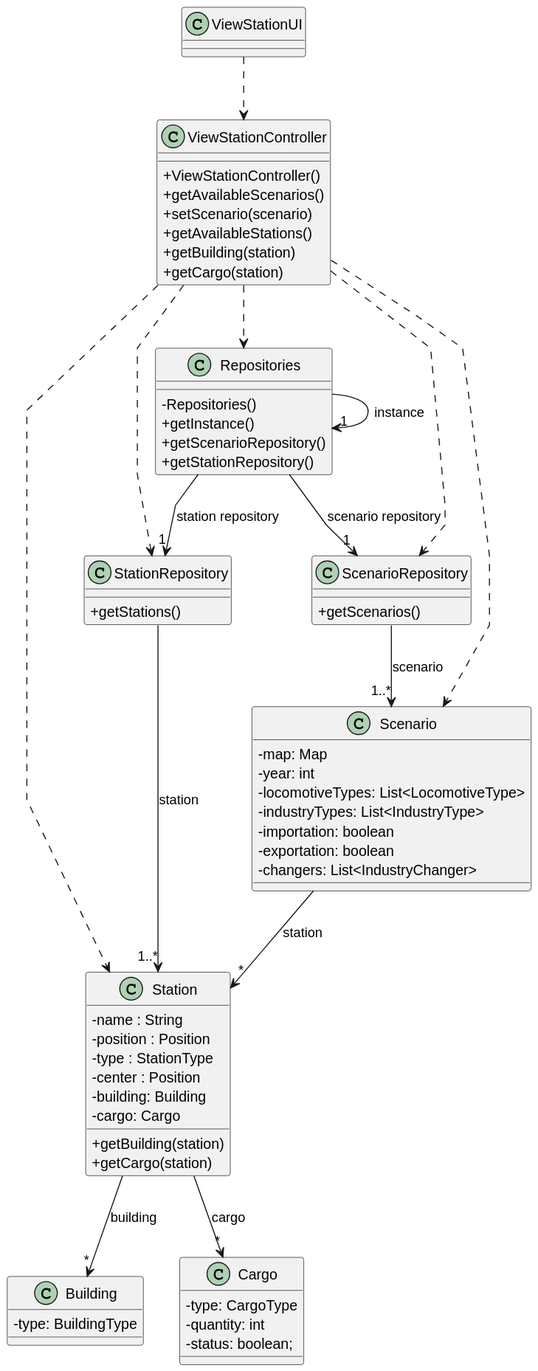
Before: docsFinais/US007/03.design/svg/US007-CD.svg, a diagram exported from PlantUML (1240935/pi2-railway-simulator).
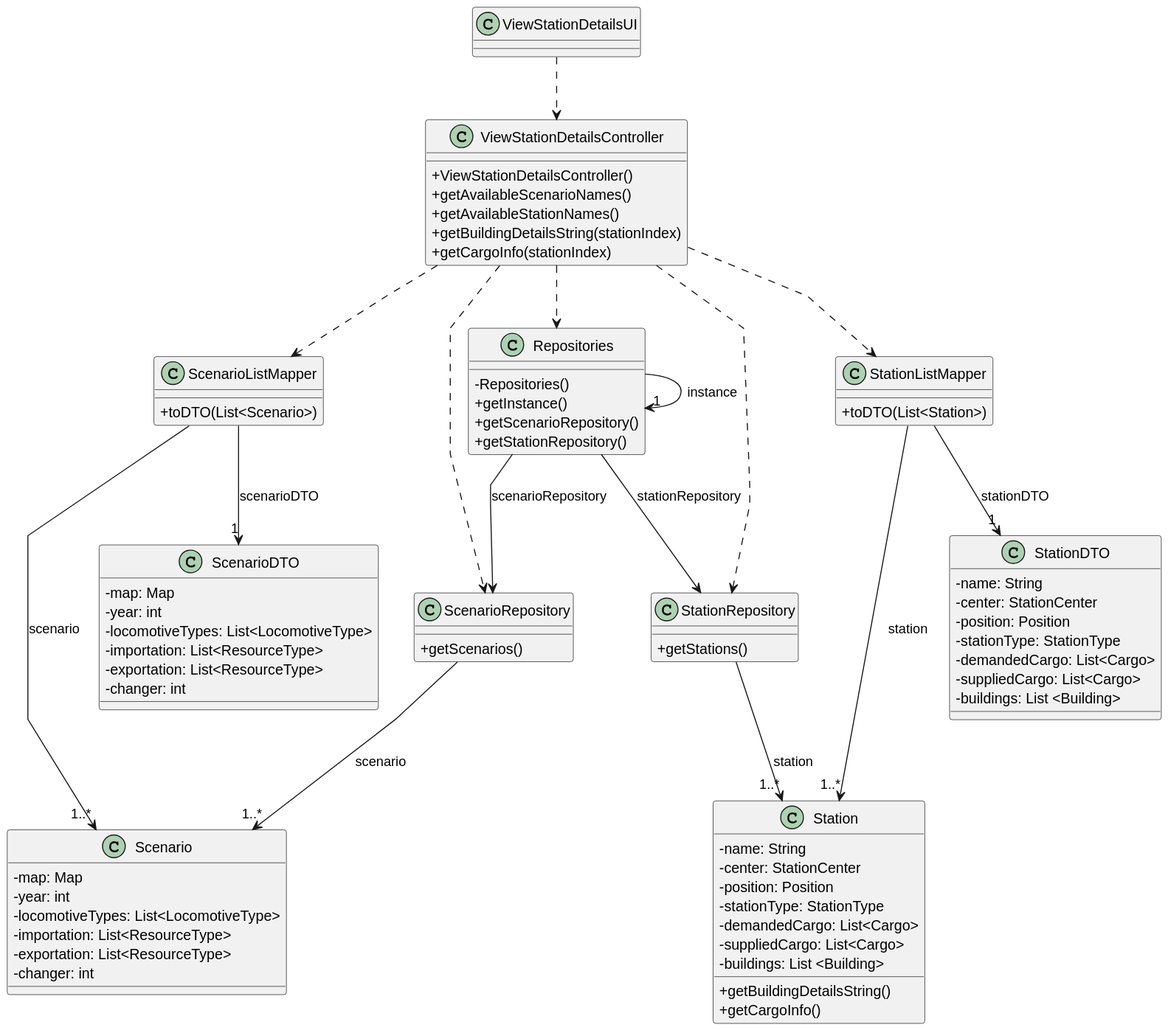
Later version of the same file.

Change to the diagram source:
```diff
@@ -7,80 +7,101 @@
 
 
 
-class ViewStationUI {
-}
-
-class ViewStationController {
-  +ViewStationController()
-  +getAvailableScenarios()
-  +setScenario(scenario)
-  +getAvailableStations()
-  +getBuilding(station)
-  +getCargo(station)
-}
-
-class Repositories {
-  -Repositories()
-  +getInstance()
-  +getScenarioRepository()
-  +getStationRepository()
-}
-
-class ScenarioRepository {
-  +getScenarios()
-}
-
-class StationRepository {
-  +getStations()
-}
-
-class Scenario {
-    -map: Map
-    -year: int
-    -locomotiveTypes: List<LocomotiveType>
-    -industryTypes: List<IndustryType>
-    -importation: boolean
-    -exportation: boolean
-    -changers: List<IndustryChanger>
-}
+    class ViewStationDetailsUI {
+    }
 
 
-class Station{
-    -name : String
-    -position : Position
-    -type : StationType
-    -center : Position
-    -building: Building
-    -cargo: Cargo
-    +getBuilding(station)
-    +getCargo(station)
-}
-
-class Building {
-    -type: BuildingType
-}
-
-class Cargo {
-  -type: CargoType
-  -quantity: int
-  -status: boolean;
-}
+    class ViewStationDetailsController {
+        +ViewStationDetailsController()
+        +getAvailableScenarioNames()
+        +getAvailableStationNames()
+        +getBuildingDetailsString(stationIndex)
+        +getCargoInfo(stationIndex)
+    }
 
 
-ViewStationUI ..> ViewStationController
-ViewStationController ..> Repositories
-ViewStationController ..> ScenarioRepository
-ViewStationController ..> StationRepository
-ViewStationController ..> Scenario
-ViewStationController ..> Station
+    class Repositories {
+        -Repositories()
+        +getInstance()
+        +getScenarioRepository()
+        +getStationRepository()
+    }
 
-Repositories -> "1" Repositories : instance
-Repositories --> "1" ScenarioRepository : scenario repository
-Repositories --> "1" StationRepository : station repository
-ScenarioRepository --> "1..*" Scenario : scenario
-StationRepository --> "1..*" Station : station
-Scenario --> "*" Station : station
+    class ScenarioRepository {
+        +getScenarios()
+    }
 
-Station --> "*" Building : building
-Station --> "*" Cargo : cargo
+    class StationRepository {
+        +getStations()
+    }
+
+    class Scenario {
+        - map: Map
+            - year: int
+            - locomotiveTypes: List<LocomotiveType>
+            - importation: List<ResourceType>
+            - exportation: List<ResourceType>
+            - changer: int
+    }
+
+    class Station {
+        -name: String
+            -center: StationCenter
+            -position: Position
+            -stationType: StationType
+            -demandedCargo: List<Cargo>
+            -suppliedCargo: List<Cargo>
+            -buildings: List <Building>
+        +getBuildingDetailsString()
+        +getCargoInfo()
+    }
+
+
+    class ScenarioListMapper {
+        +toDTO(List<Scenario>)
+    }
+
+    class StationListMapper {
+        +toDTO(List<Station>)
+    }
+
+
+    class ScenarioDTO {
+        - map: Map
+            - year: int
+            - locomotiveTypes: List<LocomotiveType>
+            - importation: List<ResourceType>
+            - exportation: List<ResourceType>
+            - changer: int
+    }
+
+    class StationDTO {
+        -name: String
+            -center: StationCenter
+            -position: Position
+            -stationType: StationType
+            -demandedCargo: List<Cargo>
+            -suppliedCargo: List<Cargo>
+            -buildings: List <Building>
+    }
+
+    ViewStationDetailsUI ..> ViewStationDetailsController
+
+    ViewStationDetailsController ..> Repositories
+    ViewStationDetailsController ..> ScenarioRepository
+    ViewStationDetailsController ..> StationRepository
+    ViewStationDetailsController ..> ScenarioListMapper
+    ViewStationDetailsController ..> StationListMapper
+
+    Repositories -> "1" Repositories : instance
+    Repositories --> ScenarioRepository: scenarioRepository
+    Repositories --> StationRepository: stationRepository
+
+    StationRepository --> "1..*" Station: station
+    ScenarioRepository --> "1..*" Scenario: scenario
+
+    ScenarioListMapper --> "1" ScenarioDTO: scenarioDTO
+    ScenarioListMapper --> "1..*" Scenario: scenario
+    StationListMapper --> "1" StationDTO: stationDTO
+    StationListMapper --> "1..*" Station: station
 @enduml
```
